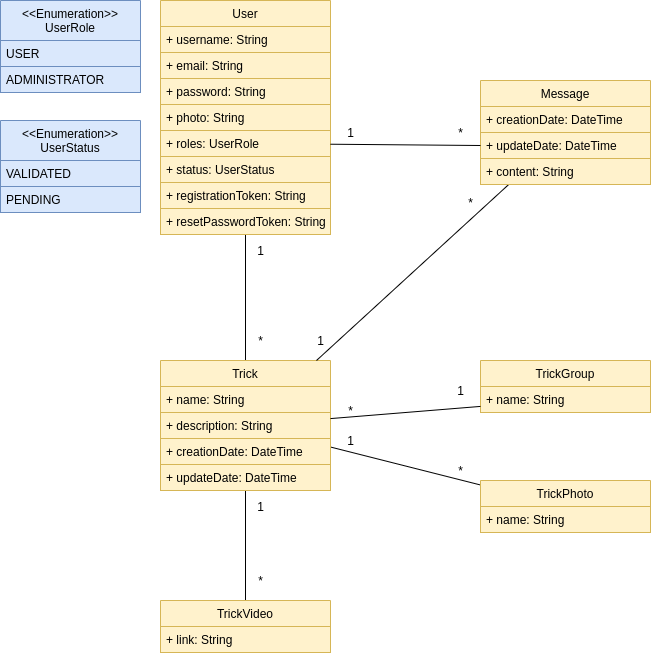
Above: uml/Class Diagram.png in briandidierjean/projet6-da-php-symfony-oc (draw.io), before the change. Source tidied: cells renumbered, new cells last; positions are measured from the earlier drawing's top-left corner, leaving out a move shared by most shapes.
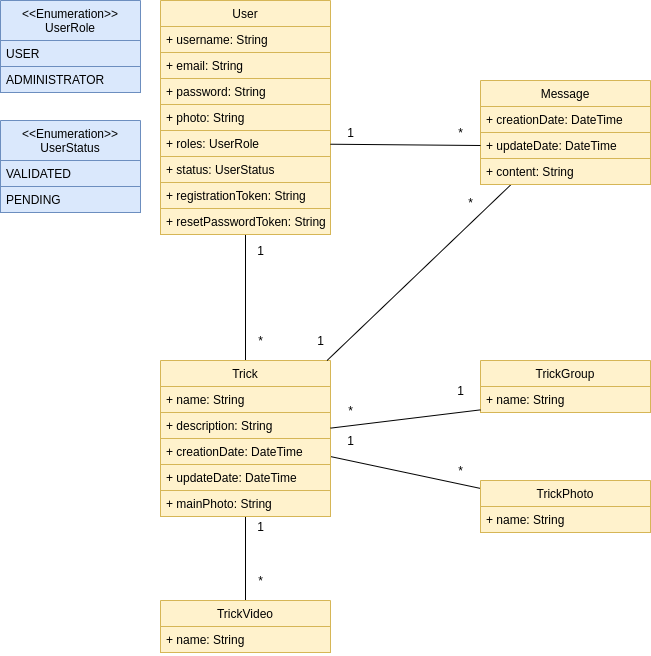
After the commit.

Diff of the diagram source:
```diff
@@ -57,7 +57,7 @@
       <mxGeometry relative="1" as="geometry" />
     </mxCell>
     <mxCell id="20" value="Trick" style="swimlane;fontStyle=0;horizontal=1;startSize=26;fillColor=#fff2cc;strokeColor=#d6b656;" parent="1" vertex="1">
-      <mxGeometry x="160" y="360" width="170" height="130" as="geometry" />
+      <mxGeometry x="160" y="360" width="170" height="156" as="geometry" />
     </mxCell>
     <mxCell id="21" value="+ name: String" style="text;strokeColor=#d6b656;fillColor=#fff2cc;align=left;verticalAlign=top;spacingLeft=4;spacingRight=4;overflow=hidden;" parent="20" vertex="1">
       <mxGeometry y="26" width="170" height="26" as="geometry" />
@@ -71,6 +71,9 @@
     <mxCell id="24" value="+ updateDate: DateTime" style="text;strokeColor=#d6b656;fillColor=#fff2cc;align=left;verticalAlign=top;spacingLeft=4;spacingRight=4;overflow=hidden;" parent="20" vertex="1">
       <mxGeometry y="104" width="170" height="26" as="geometry" />
     </mxCell>
+    <mxCell id="50" value="+ mainPhoto: String" style="text;strokeColor=#d6b656;fillColor=#fff2cc;align=left;verticalAlign=top;spacingLeft=4;spacingRight=4;overflow=hidden;" parent="20" vertex="1">
+      <mxGeometry y="130" width="170" height="26" as="geometry" />
+    </mxCell>
     <mxCell id="25" style="edgeStyle=none;rounded=0;jettySize=auto;html=1;endArrow=none;endFill=0;" parent="1" edge="1" source="26" target="20">
       <mxGeometry relative="1" as="geometry" />
     </mxCell>
@@ -137,11 +140,11 @@
     <mxCell id="46" value="TrickVideo" style="swimlane;fontStyle=0;horizontal=1;startSize=26;fillColor=#fff2cc;strokeColor=#d6b656;" parent="1" vertex="1">
       <mxGeometry x="160" y="600" width="170" height="52" as="geometry" />
     </mxCell>
-    <mxCell id="47" value="+ link: String" style="text;strokeColor=#d6b656;fillColor=#fff2cc;align=left;verticalAlign=top;spacingLeft=4;spacingRight=4;overflow=hidden;" parent="46" vertex="1">
+    <mxCell id="47" value="+ name: String" style="text;strokeColor=#d6b656;fillColor=#fff2cc;align=left;verticalAlign=top;spacingLeft=4;spacingRight=4;overflow=hidden;" parent="46" vertex="1">
       <mxGeometry y="26" width="170" height="26" as="geometry" />
     </mxCell>
     <mxCell id="48" value="1" style="text;html=1;align=center;verticalAlign=middle;" parent="1" vertex="1">
-      <mxGeometry x="250" y="496" width="20" height="20" as="geometry" />
+      <mxGeometry x="250" y="516" width="20" height="20" as="geometry" />
     </mxCell>
     <mxCell id="49" value="*" style="text;html=1;align=center;verticalAlign=middle;" parent="1" vertex="1">
       <mxGeometry x="250" y="570" width="20" height="20" as="geometry" />
```
